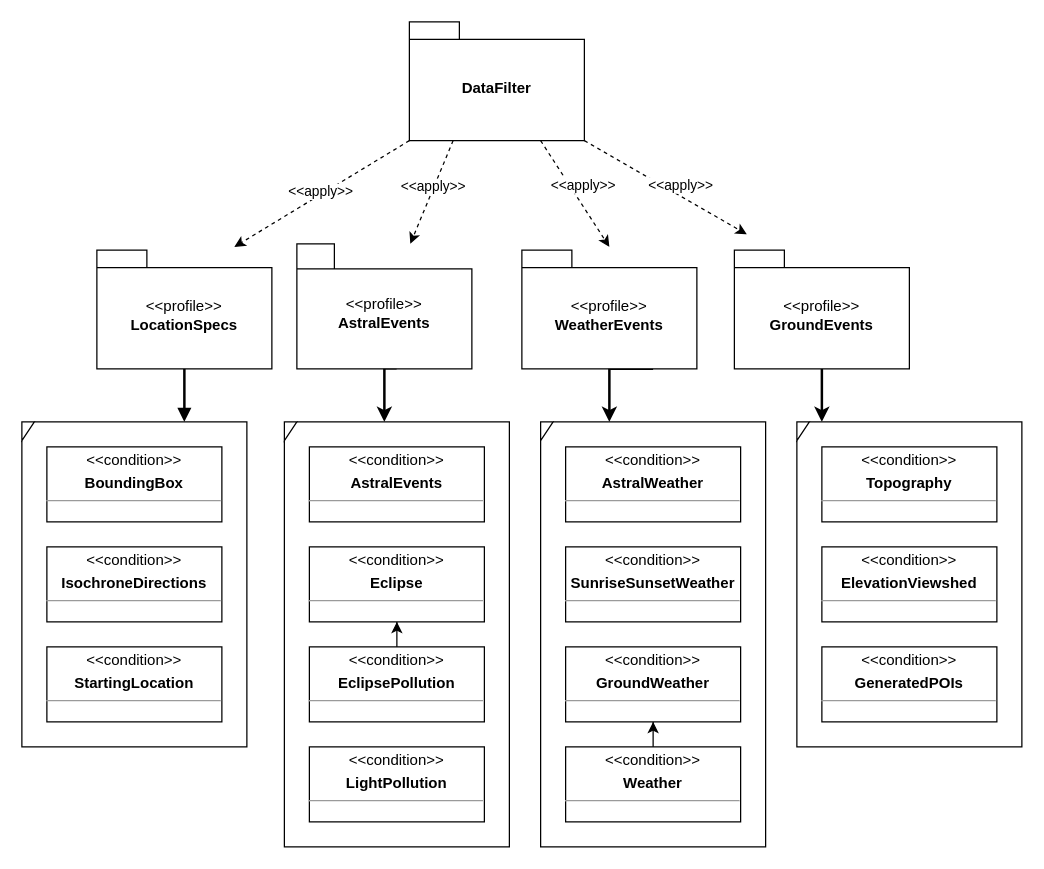
ALEEF02/PrecisionLocationProcessor keeps this draw.io diagram as UML/DrawIO/ProfileDiagram.drawio. Above is the earlier version. Source tidied: cells renumbered, new cells numbered last; positions are measured from the earlier drawing's top-left corner, leaving out a move shared by most shapes. Both pictures are drawn from the tidied source at 125%, with x=0, y=0 at pixel (21, 21).
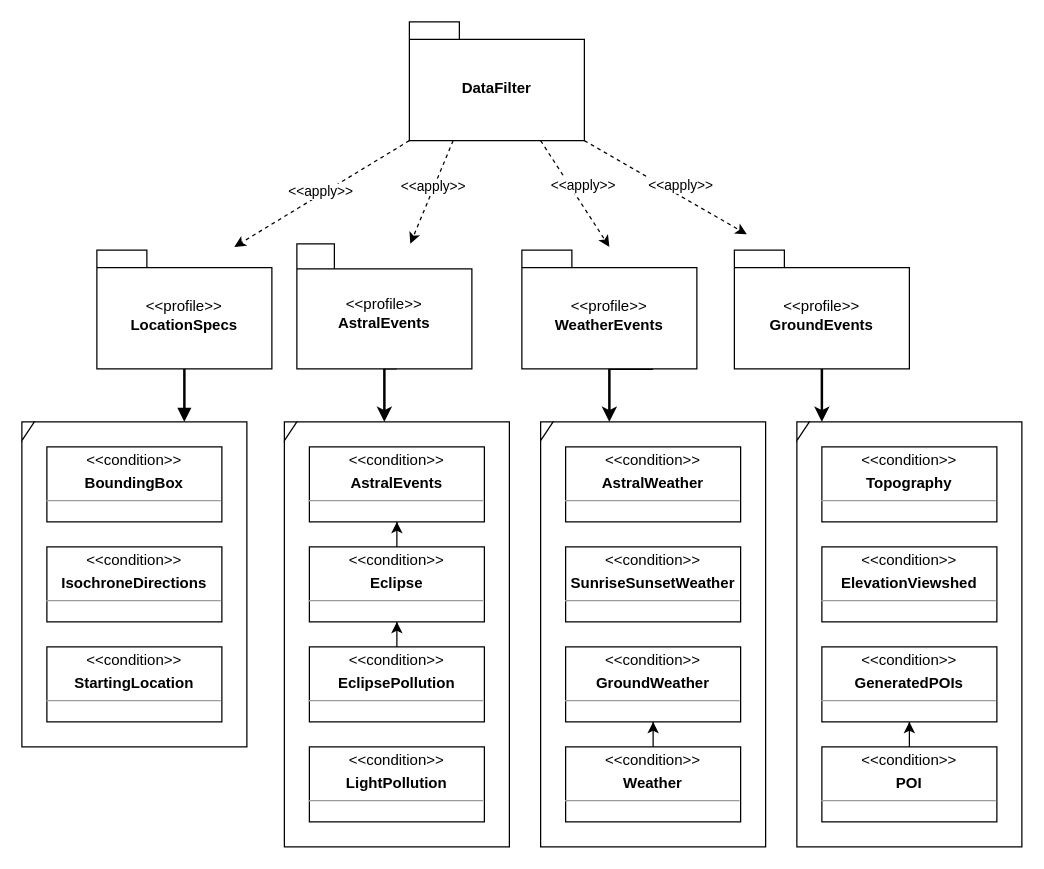
The same diagram, later.

Commit message:
Fix connections and added POI

The change refers to these unchanged cells:
```xml
<mxCell id="23" value="&lt;p style=&quot;margin:0px;margin-top:4px;text-align:center;&quot;&gt;&amp;lt;&amp;lt;condition&amp;gt;&amp;gt;&lt;/p&gt;&lt;p style=&quot;margin:0px;margin-top:4px;text-align:center;&quot;&gt;&lt;b&gt;AstralEvents&lt;/b&gt;&lt;/p&gt;&lt;hr size=&quot;1&quot;&gt;&lt;div style=&quot;height:2px;&quot;&gt;&lt;/div&gt;" style="verticalAlign=top;align=left;overflow=fill;fontSize=12;fontFamily=Helvetica;html=1;whiteSpace=wrap;" parent="1" vertex="1">
  <mxGeometry x="230" y="340" width="140" height="60" as="geometry" />
</mxCell>
<mxCell id="24" value="&lt;p style=&quot;margin:0px;margin-top:4px;text-align:center;&quot;&gt;&amp;lt;&amp;lt;condition&amp;gt;&amp;gt;&lt;/p&gt;&lt;p style=&quot;margin:0px;margin-top:4px;text-align:center;&quot;&gt;&lt;b&gt;Eclipse&lt;/b&gt;&lt;/p&gt;&lt;hr size=&quot;1&quot;&gt;&lt;div style=&quot;height:2px;&quot;&gt;&lt;/div&gt;" style="verticalAlign=top;align=left;overflow=fill;fontSize=12;fontFamily=Helvetica;html=1;whiteSpace=wrap;" parent="1" vertex="1">
  <mxGeometry x="230" y="420" width="140" height="60" as="geometry" />
</mxCell>
<mxCell id="37" value="&lt;p style=&quot;margin:0px;margin-top:4px;text-align:center;&quot;&gt;&amp;lt;&amp;lt;condition&amp;gt;&amp;gt;&lt;/p&gt;&lt;p style=&quot;margin:0px;margin-top:4px;text-align:center;&quot;&gt;&lt;b&gt;GeneratedPOIs&lt;/b&gt;&lt;/p&gt;&lt;hr size=&quot;1&quot;&gt;&lt;div style=&quot;height:2px;&quot;&gt;&lt;/div&gt;" style="verticalAlign=top;align=left;overflow=fill;fontSize=12;fontFamily=Helvetica;html=1;whiteSpace=wrap;" parent="1" vertex="1">
  <mxGeometry x="640" y="500" width="140" height="60" as="geometry" />
</mxCell>
```

Change to the diagram source:
```diff
@@
+    <mxCell id="39" style="edgeStyle=orthogonalEdgeStyle;rounded=0;jettySize=auto;html=1;" parent="1" edge="1" source="24" target="23">
+      <mxGeometry relative="1" as="geometry" />
+    </mxCell>
@@
     <mxCell id="38" style="shape=umlFrame;whiteSpace=wrap;html=1;width=10;height=15;" parent="1" vertex="1">
-      <mxGeometry x="620" y="320" width="180" height="260" as="geometry" />
+      <mxGeometry x="620" y="320" width="180" height="340" as="geometry" />
     </mxCell>
+    <mxCell id="40" style="edgeStyle=orthogonalEdgeStyle;rounded=0;jettySize=auto;html=1;" parent="1" edge="1" source="41" target="37">
+      <mxGeometry relative="1" as="geometry" />
+    </mxCell>
+    <mxCell id="41" value="&lt;p style=&quot;margin:0px;margin-top:4px;text-align:center;&quot;&gt;&amp;lt;&amp;lt;condition&amp;gt;&amp;gt;&lt;/p&gt;&lt;p style=&quot;margin:0px;margin-top:4px;text-align:center;&quot;&gt;&lt;b&gt;POI&lt;/b&gt;&lt;/p&gt;&lt;hr size=&quot;1&quot;&gt;&lt;div style=&quot;height:2px;&quot;&gt;&lt;/div&gt;" style="verticalAlign=top;align=left;overflow=fill;fontSize=12;fontFamily=Helvetica;html=1;whiteSpace=wrap;" parent="1" vertex="1">
+      <mxGeometry x="640" y="580" width="140" height="60" as="geometry" />
+    </mxCell>
```
